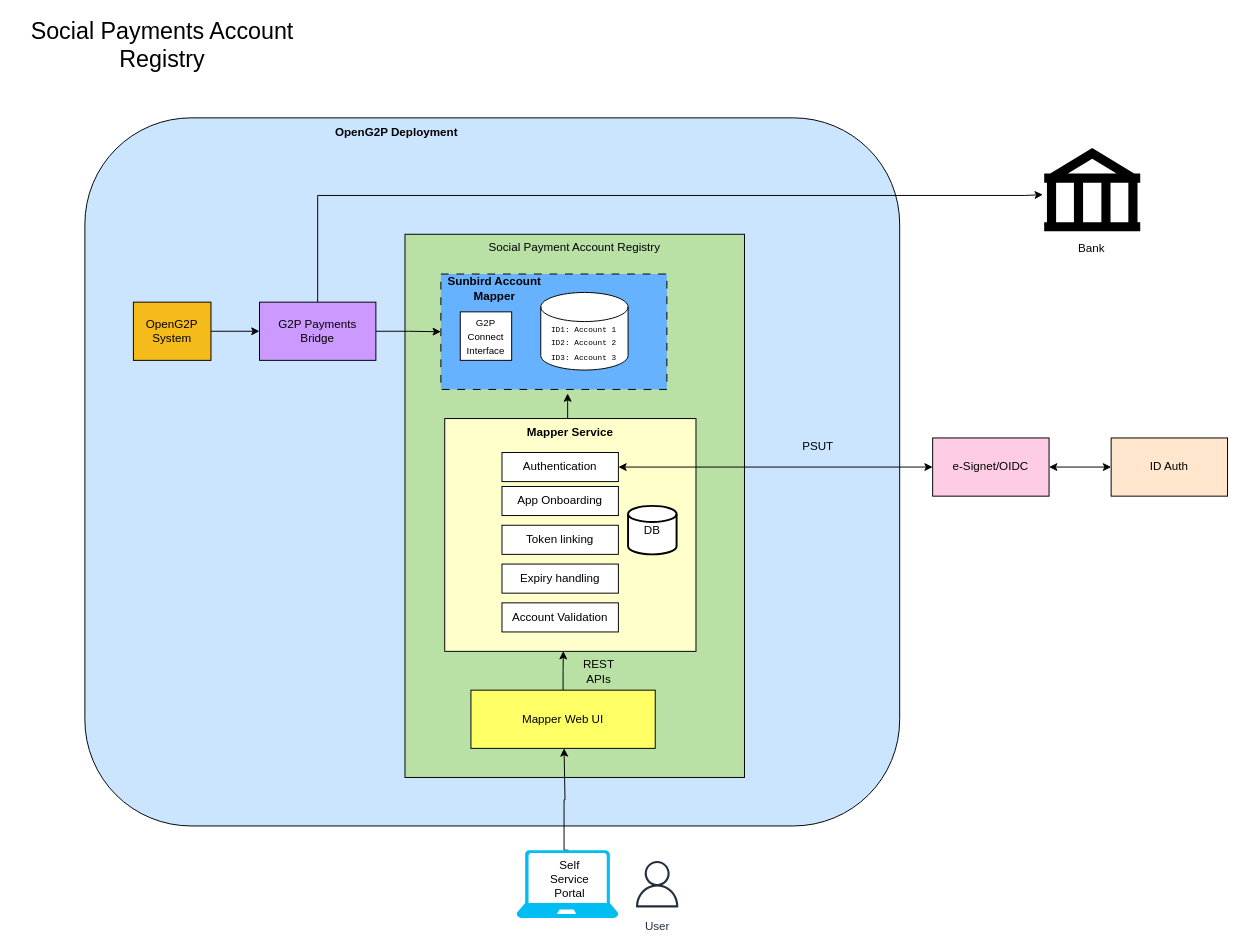
Earlier version of the draw.io diagram .gitbook/assets/social-account-registry.drawio (OpenG2P/openg2p-documentation). Source tidied: cells renumbered, new cells numbered last; positions are measured from the earlier drawing's top-left corner, leaving out a move shared by most shapes. Both pictures are drawn from the tidied source at 97%, with x=0, y=0 at pixel (16, 30).
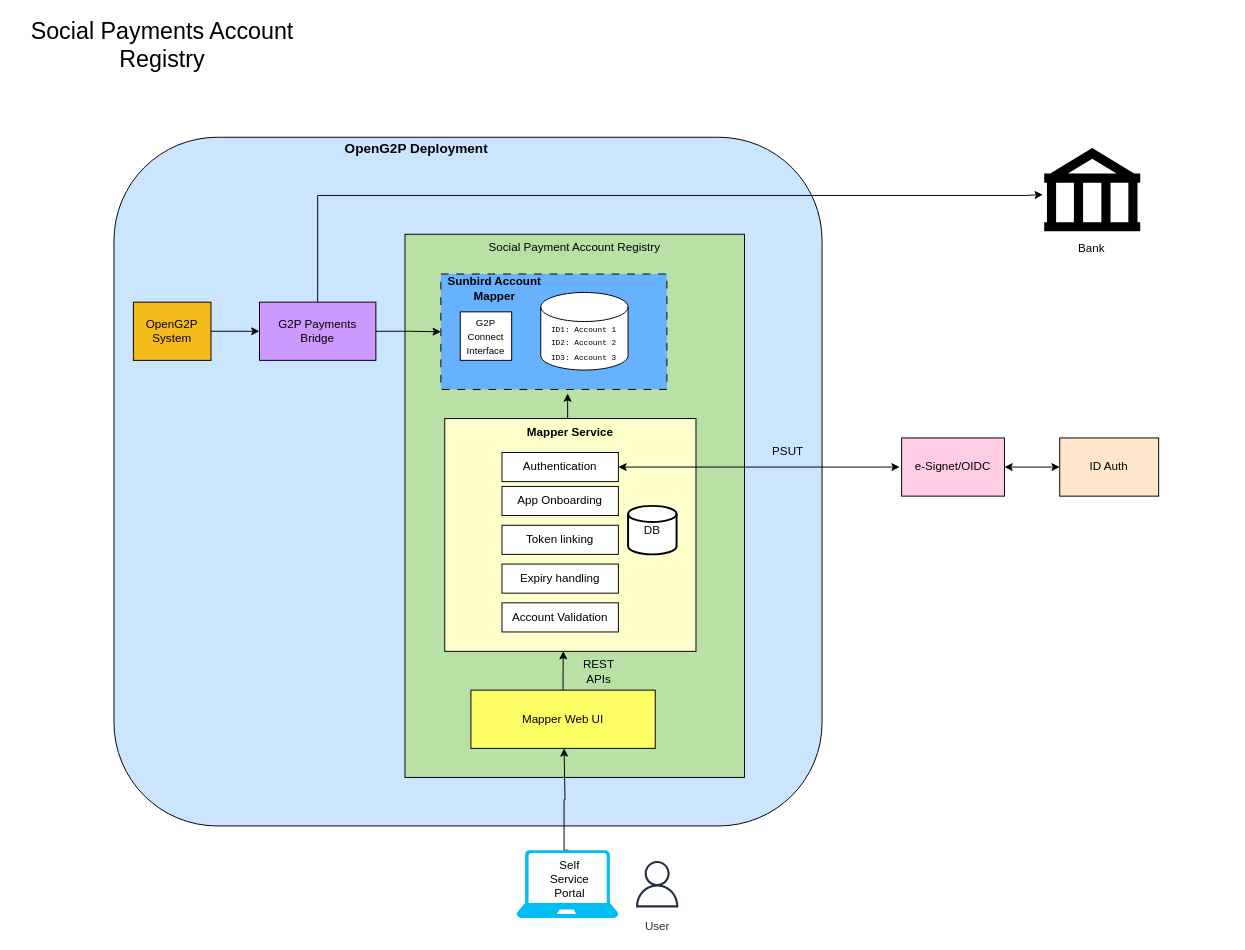
Above is the later version.

The change refers to these unchanged cells:
```xml
<mxCell id="27" value="Authentication" style="rounded=0;whiteSpace=wrap;html=1;" parent="1" vertex="1">
  <mxGeometry x="500" y="435" width="120" height="30" as="geometry" />
</mxCell>
```

Change to the diagram source:
```diff
@@
     <mxCell id="2" style="rounded=1;whiteSpace=wrap;html=1;align=left;fillColor=#CCE5FF;" parent="1" vertex="1">
-      <mxGeometry x="70" y="90" width="840" height="730" as="geometry" />
+      <mxGeometry x="100" y="110" width="730" height="710" as="geometry" />
     </mxCell>
@@
-    <mxCell id="5" value="&lt;b&gt;OpenG2P Deployment&lt;/b&gt;" style="text;html=1;strokeColor=none;fillColor=none;align=center;verticalAlign=middle;whiteSpace=wrap;rounded=0;" parent="1" vertex="1">
-      <mxGeometry x="324" y="90" width="135" height="30" as="geometry" />
+    <mxCell id="5" value="&lt;b&gt;&lt;font style=&quot;font-size: 14px;&quot;&gt;OpenG2P Deployment&lt;/font&gt;&lt;/b&gt;" style="text;html=1;strokeColor=none;fillColor=none;align=center;verticalAlign=middle;whiteSpace=wrap;rounded=0;" parent="1" vertex="1">
+      <mxGeometry x="324" y="107" width="176" height="30" as="geometry" />
     </mxCell>
@@
-    <mxCell id="15" style="edgeStyle=orthogonalEdgeStyle;rounded=0;jettySize=auto;html=1;exitX=1;exitY=0.5;exitDx=0;exitDy=0;entryX=0;entryY=0.5;entryDx=0;entryDy=0;startArrow=classic;startFill=1;" parent="1" edge="1" source="27" target="17">
+    <mxCell id="15" style="edgeStyle=orthogonalEdgeStyle;rounded=0;jettySize=auto;html=1;exitX=1;exitY=0.5;exitDx=0;exitDy=0;startArrow=classic;startFill=1;" parent="1" edge="1" source="27">
       <mxGeometry relative="1" as="geometry">
+        <mxPoint x="910" y="450" as="targetPoint" />
         <Array as="points">
-          <mxPoint x="940" y="450" />
+          <mxPoint x="890" y="450" />
+          <mxPoint x="890" y="450" />
         </Array>
       </mxGeometry>
     </mxCell>
@@
     <mxCell id="17" value="e-Signet/OIDC" style="rounded=0;whiteSpace=wrap;html=1;fillColor=#FFCCE6;" parent="1" vertex="1">
-      <mxGeometry x="944" y="420" width="120" height="60" as="geometry" />
+      <mxGeometry x="912" y="420" width="106" height="60" as="geometry" />
     </mxCell>
     <mxCell id="18" value="ID Auth" style="rounded=0;whiteSpace=wrap;html=1;fillColor=#FFE6CC;" parent="1" vertex="1">
-      <mxGeometry x="1128" y="420" width="120" height="60" as="geometry" />
+      <mxGeometry x="1075" y="420" width="102" height="60" as="geometry" />
     </mxCell>
@@
     <mxCell id="33" value="PSUT" style="text;html=1;strokeColor=none;fillColor=none;align=center;verticalAlign=middle;whiteSpace=wrap;rounded=0;" parent="1" vertex="1">
-      <mxGeometry x="796" y="414" width="60" height="30" as="geometry" />
+      <mxGeometry x="765" y="419" width="60" height="30" as="geometry" />
     </mxCell>
```
